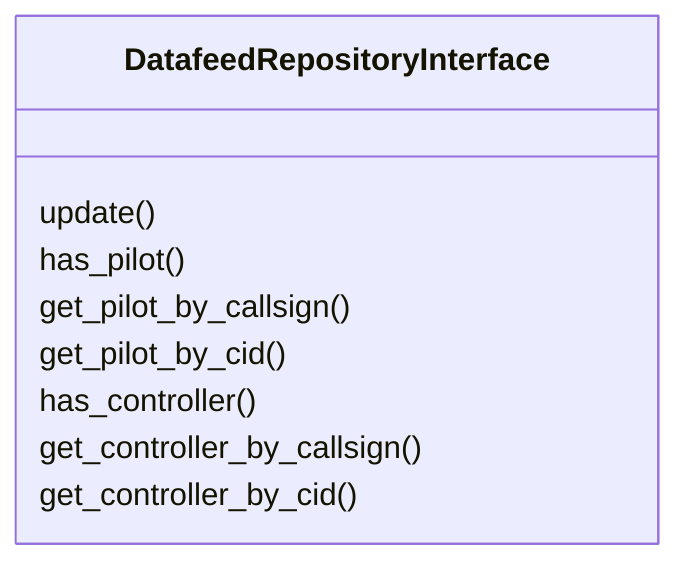
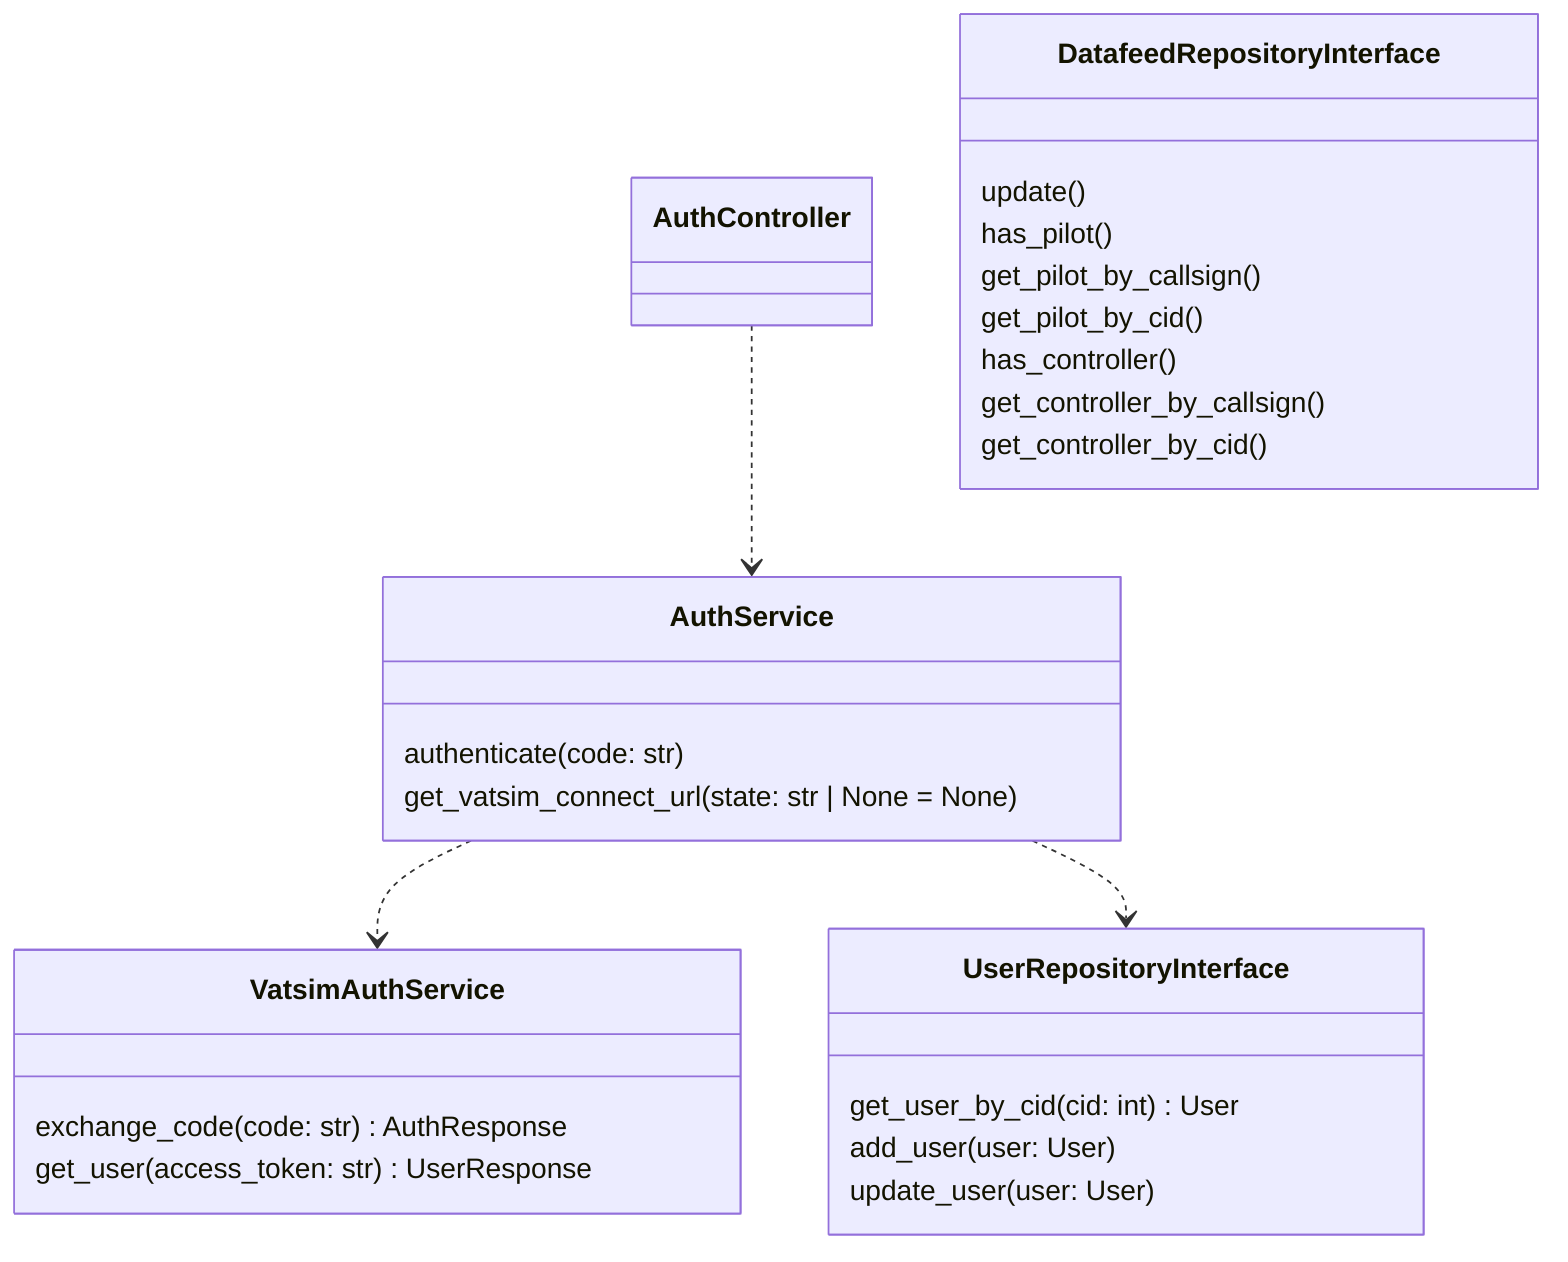
classDiagram
    %% <|--	Inheritance
    %% *--	Composition
    %% o--	Aggregation
    %% -->	Association
    %% --	Link (Solid)
    %% ..>	Dependency
    %% ..|>	Realization
    %% ..	Link (Dashed)
+ 
+     %% Auth:
+ 
+     class AuthController {
+     }
+ 
+     AuthController ..> AuthService
+ 
+     class AuthService {
+         authenticate(code: str)
+         get_vatsim_connect_url(state: str | None = None)
+     }
+ 
+     AuthService ..> VatsimAuthService
+     AuthService ..> UserRepositoryInterface
+ 
+     class VatsimAuthService {
+         exchange_code(code: str) AuthResponse
+         get_user(access_token: str) UserResponse
+     }
+ 
+     class UserRepositoryInterface {
+         get_user_by_cid(cid: int) User
+         add_user(user: User)
+         update_user(user: User)
+     }
+ 

    %% Datafeed:

    class DatafeedRepositoryInterface {
        update()
        has_pilot()
        get_pilot_by_callsign()
        get_pilot_by_cid()
        has_controller()
        get_controller_by_callsign()
        get_controller_by_cid()
    }